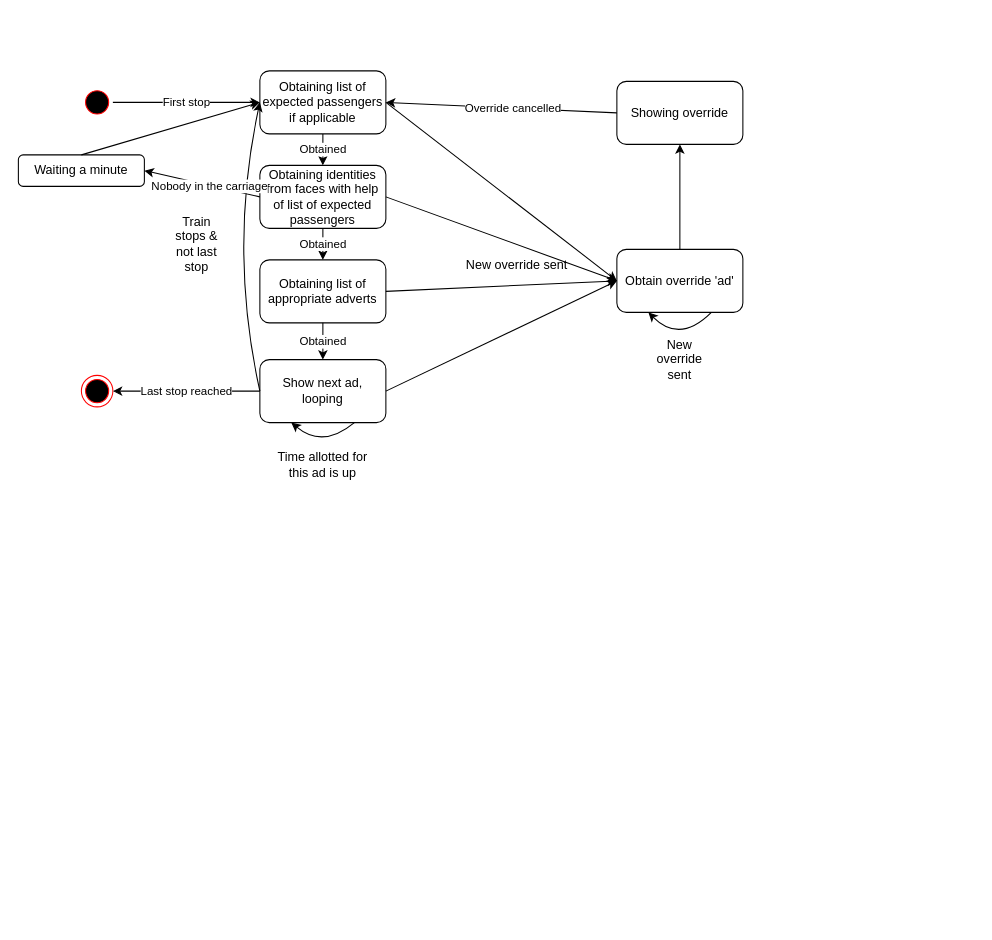
Above: Diagrama sin título.drawio in pseud0n/sepp-diagrams (draw.io), before the change. Source tidied: cells renumbered, new cells numbered last; positions are measured from the earlier drawing's top-left corner, leaving out a move shared by most shapes. Both pictures are drawn from the tidied source at 105%, with x=0, y=0 at pixel (18, 70).
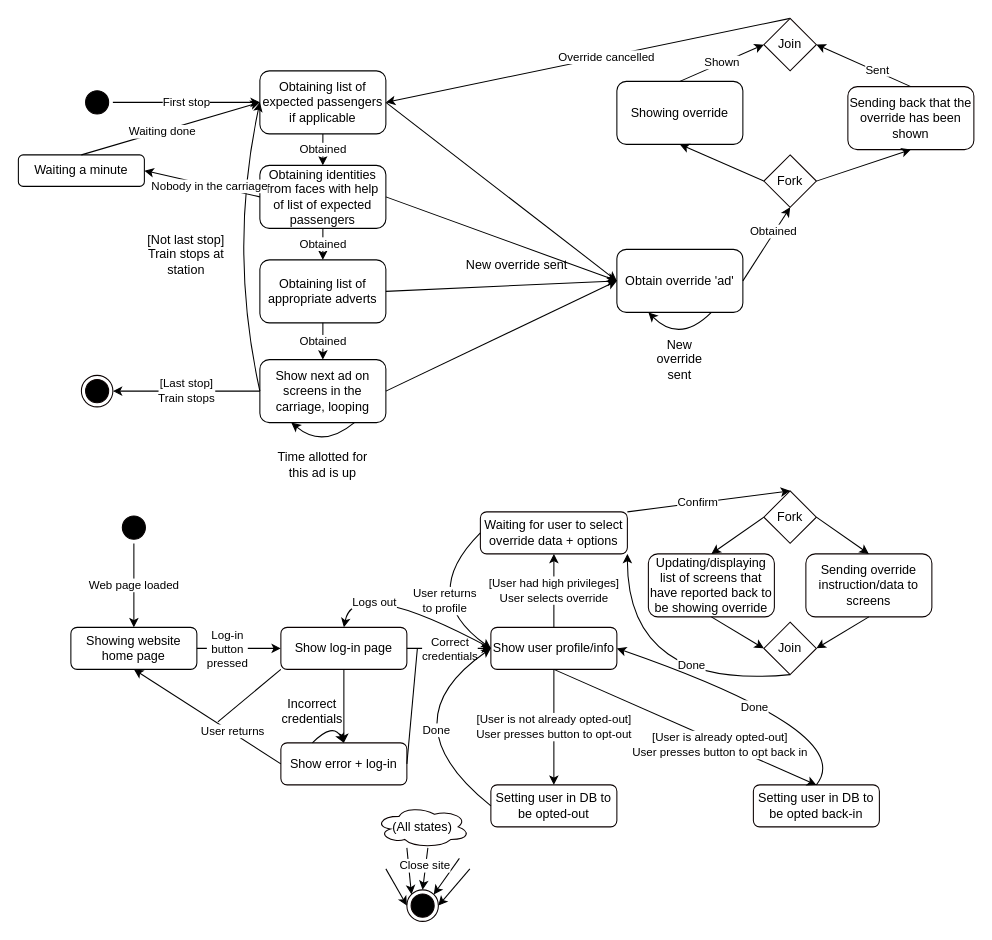
Above is the later version.

The change refers to these unchanged cells:
```xml
<mxCell id="4" value="&lt;div&gt;Obtaining list of expected passengers if applicable&lt;/div&gt;" style="rounded=1;whiteSpace=wrap;html=1;" parent="1" vertex="1">
  <mxGeometry x="230" width="120" height="60" as="geometry" />
</mxCell>
<mxCell id="10" value="Showing override" style="rounded=1;whiteSpace=wrap;html=1;" parent="1" vertex="1">
  <mxGeometry x="570" y="10" width="120" height="60" as="geometry" />
</mxCell>
<mxCell id="11" value="Obtain override 'ad'" style="rounded=1;whiteSpace=wrap;html=1;" parent="1" vertex="1">
  <mxGeometry x="570" y="170" width="120" height="60" as="geometry" />
</mxCell>
<mxCell id="32" style="endArrow=classic;html=1;curved=1;exitX=0.5;exitY=0;exitDx=0;exitDy=0;entryX=0;entryY=0.5;entryDx=0;entryDy=0;" parent="1" edge="1" source="29" target="4">
  <mxGeometry relative="1" as="geometry" />
</mxCell>
```

Change to the diagram source:
```diff
@@
-    <mxCell id="2" style="ellipse;html=1;shape=startState;fillColor=#000000;strokeColor=#ff0000;rounded=1;shadow=0;comic=0;labelBackgroundColor=none;fontFamily=Verdana;fontSize=12;fontColor=#000000;align=center;direction=south;" parent="1" vertex="1">
+    <mxCell id="2" style="ellipse;html=1;shape=startState;fillColor=#000000;strokeColor=#050000;rounded=1;shadow=0;comic=0;labelBackgroundColor=none;fontFamily=Verdana;fontSize=12;fontColor=#000000;align=center;direction=south;" parent="1" vertex="1">
       <mxGeometry x="60" y="15" width="30" height="30" as="geometry" />
     </mxCell>
-    <mxCell id="3" style="ellipse;html=1;shape=endState;fillColor=#000000;strokeColor=#ff0000;rounded=1;shadow=0;comic=0;labelBackgroundColor=none;fontFamily=Verdana;fontSize=12;fontColor=#000000;align=center;" parent="1" vertex="1">
+    <mxCell id="3" style="ellipse;html=1;shape=endState;fillColor=#000000;strokeColor=#0A0000;rounded=1;shadow=0;comic=0;labelBackgroundColor=none;fontFamily=Verdana;fontSize=12;fontColor=#000000;align=center;" parent="1" vertex="1">
       <mxGeometry x="60" y="290" width="30" height="30" as="geometry" />
     </mxCell>
@@
-    <mxCell id="9" value="Show next ad, looping" style="rounded=1;whiteSpace=wrap;html=1;" parent="1" vertex="1">
+    <mxCell id="9" value="Show next ad on screens in the carriage, looping" style="rounded=1;whiteSpace=wrap;html=1;" parent="1" vertex="1">
       <mxGeometry x="230" y="275" width="120" height="60" as="geometry" />
     </mxCell>
@@
-    <mxCell id="15" value="Train stops &amp;amp; not last stop" style="text;html=1;strokeColor=none;fillColor=none;align=center;verticalAlign=middle;whiteSpace=wrap;rounded=0;" parent="1" vertex="1">
-      <mxGeometry x="140" y="150" width="60" height="30" as="geometry" />
+    <mxCell id="15" value="[Not last stop] Train stops at station" style="text;html=1;strokeColor=none;fillColor=none;align=center;verticalAlign=middle;whiteSpace=wrap;rounded=0;" parent="1" vertex="1">
+      <mxGeometry x="120" y="150" width="80" height="50" as="geometry" />
     </mxCell>
@@
-    <mxCell id="21" style="endArrow=classic;html=1;curved=1;exitX=0.5;exitY=0;exitDx=0;exitDy=0;entryX=0.5;entryY=1;entryDx=0;entryDy=0;" parent="1" edge="1" source="11" target="10">
-      <mxGeometry relative="1" as="geometry" />
-    </mxCell>
@@
-    <mxCell id="25" style="endArrow=classic;html=1;curved=1;exitX=0;exitY=0.5;exitDx=0;exitDy=0;entryX=1;entryY=0.5;entryDx=0;entryDy=0;" parent="1" edge="1" source="10" target="4">
+    <mxCell id="25" style="endArrow=classic;html=1;curved=1;exitX=0.5;exitY=0;exitDx=0;exitDy=0;entryX=1;entryY=0.5;entryDx=0;entryDy=0;" parent="1" edge="1" source="90" target="4">
       <mxGeometry relative="1" as="geometry" />
     </mxCell>
@@
-    <mxCell id="28" value="Last stop reached" style="endArrow=classic;html=1;curved=1;entryX=1;entryY=0.5;entryDx=0;entryDy=0;exitX=0;exitY=0.5;exitDx=0;exitDy=0;" parent="1" edge="1" source="9" target="3">
+    <mxCell id="28" value="&lt;div&gt;[Last stop]&lt;/div&gt;&lt;div&gt;Train stops&lt;/div&gt;" style="endArrow=classic;html=1;curved=1;entryX=1;entryY=0.5;entryDx=0;entryDy=0;exitX=0;exitY=0.5;exitDx=0;exitDy=0;" parent="1" edge="1" source="9" target="3">
       <mxGeometry relative="1" as="geometry" />
     </mxCell>
@@
+    <mxCell id="33" value="Waiting done" style="edgeLabel;html=1;align=center;verticalAlign=middle;" parent="32" vertex="1">
+      <mxGeometry x="-0.1" relative="1" as="geometry" />
+    </mxCell>
+    <mxCell id="34" value="Showing website home page" style="rounded=1;whiteSpace=wrap;html=1;" parent="1" vertex="1">
+      <mxGeometry x="50" y="530" width="120" height="40" as="geometry" />
+    </mxCell>
+    <mxCell id="35" style="ellipse;html=1;shape=startState;fillColor=#000000;strokeColor=#050000;rounded=1;shadow=0;comic=0;labelBackgroundColor=none;fontFamily=Verdana;fontSize=12;fontColor=#000000;align=center;direction=south;" parent="1" vertex="1">
+      <mxGeometry x="95" y="420" width="30" height="30" as="geometry" />
+    </mxCell>
+    <mxCell id="36" value="Web page loaded" style="endArrow=classic;html=1;curved=1;exitX=1;exitY=0.5;exitDx=0;exitDy=0;entryX=0.5;entryY=0;entryDx=0;entryDy=0;" parent="1" edge="1" source="35" target="34">
+      <mxGeometry relative="1" as="geometry" />
+    </mxCell>
+    <mxCell id="37" style="endArrow=classic;html=1;curved=1;exitX=1;exitY=0.5;exitDx=0;exitDy=0;entryX=0;entryY=0.5;entryDx=0;entryDy=0;" parent="1" edge="1" source="34" target="40">
+      <mxGeometry relative="1" as="geometry" />
+    </mxCell>
+    <mxCell id="38" value="&lt;div&gt;Log-in&lt;/div&gt;&lt;div&gt;button&lt;/div&gt;&lt;div&gt;pressed&lt;br&gt;&lt;/div&gt;" style="edgeLabel;html=1;align=center;verticalAlign=middle;" parent="37" vertex="1">
+      <mxGeometry x="0.43" y="1" relative="1" as="geometry">
+        <mxPoint x="-29" y="1" as="offset" />
+      </mxGeometry>
+    </mxCell>
+    <mxCell id="39" value="Show user profile/info" style="rounded=1;whiteSpace=wrap;html=1;strokeColor=#0A0000;" parent="1" vertex="1">
+      <mxGeometry x="450" y="530" width="120" height="40" as="geometry" />
+    </mxCell>
+    <mxCell id="40" value="Show log-in page" style="rounded=1;whiteSpace=wrap;html=1;strokeColor=#0A0000;" parent="1" vertex="1">
+      <mxGeometry x="250" y="530" width="120" height="40" as="geometry" />
+    </mxCell>
+    <mxCell id="41" value="Show error + log-in" style="rounded=1;whiteSpace=wrap;html=1;strokeColor=#0A0000;" parent="1" vertex="1">
+      <mxGeometry x="250" y="640" width="120" height="40" as="geometry" />
+    </mxCell>
+    <mxCell id="42" style="endArrow=classic;html=1;curved=1;exitX=1;exitY=0.5;exitDx=0;exitDy=0;entryX=0;entryY=0.5;entryDx=0;entryDy=0;" parent="1" edge="1" source="40" target="39">
+      <mxGeometry relative="1" as="geometry" />
+    </mxCell>
+    <mxCell id="43" value="&lt;div&gt;Correct&lt;br&gt;&lt;/div&gt;&lt;div&gt;credentials&lt;/div&gt;" style="edgeLabel;html=1;align=center;verticalAlign=middle;" parent="42" vertex="1">
+      <mxGeometry x="-0.36" y="-1" relative="1" as="geometry">
+        <mxPoint x="14" y="-1" as="offset" />
+      </mxGeometry>
+    </mxCell>
+    <mxCell id="44" style="endArrow=classic;html=1;curved=1;exitX=0.5;exitY=1;exitDx=0;exitDy=0;entryX=0.5;entryY=0;entryDx=0;entryDy=0;" parent="1" edge="1" source="40" target="41">
+      <mxGeometry relative="1" as="geometry" />
+    </mxCell>
+    <mxCell id="45" style="endArrow=none;html=1;curved=1;exitX=1;exitY=0.5;exitDx=0;exitDy=0;" parent="1" edge="1" source="41">
+      <mxGeometry relative="1" as="geometry">
+        <mxPoint x="380" y="550" as="targetPoint" />
+      </mxGeometry>
+    </mxCell>
+    <mxCell id="46" style="endArrow=classic;html=1;curved=1;exitX=0.25;exitY=0;exitDx=0;exitDy=0;entryX=0.5;entryY=0;entryDx=0;entryDy=0;" parent="1" edge="1" source="41" target="41">
+      <mxGeometry relative="1" as="geometry">
+        <Array as="points">
+          <mxPoint x="300" y="620" />
+        </Array>
+      </mxGeometry>
+    </mxCell>
+    <mxCell id="47" value="&lt;div&gt;Incorrect&lt;/div&gt;&lt;div&gt;credentials&lt;br&gt;&lt;/div&gt;" style="text;html=1;strokeColor=none;fillColor=none;align=center;verticalAlign=middle;whiteSpace=wrap;rounded=0;" parent="1" vertex="1">
+      <mxGeometry x="250" y="590" width="60" height="40" as="geometry" />
+    </mxCell>
+    <mxCell id="48" style="endArrow=classic;html=1;curved=1;entryX=0.5;entryY=1;entryDx=0;entryDy=0;exitX=0;exitY=0.5;exitDx=0;exitDy=0;" parent="1" edge="1" source="41" target="34">
+      <mxGeometry relative="1" as="geometry" />
+    </mxCell>
+    <mxCell id="49" value="User returns" style="edgeLabel;html=1;align=center;verticalAlign=middle;" parent="48" vertex="1">
+      <mxGeometry x="-0.33" y="-1" relative="1" as="geometry" />
+    </mxCell>
+    <mxCell id="50" style="endArrow=none;html=1;curved=1;exitX=0;exitY=1;exitDx=0;exitDy=0;" parent="1" edge="1" source="40">
+      <mxGeometry relative="1" as="geometry">
+        <mxPoint x="190" y="620" as="targetPoint" />
+      </mxGeometry>
+    </mxCell>
+    <mxCell id="51" value="Setting user in DB to be opted-out" style="rounded=1;whiteSpace=wrap;html=1;strokeColor=#0A0000;" parent="1" vertex="1">
+      <mxGeometry x="450" y="680" width="120" height="40" as="geometry" />
+    </mxCell>
+    <mxCell id="52" value="Setting user in DB to be opted back-in" style="rounded=1;whiteSpace=wrap;html=1;strokeColor=#0A0000;" parent="1" vertex="1">
+      <mxGeometry x="700" y="680" width="120" height="40" as="geometry" />
+    </mxCell>
+    <mxCell id="53" value="&lt;div&gt;[User is not already opted-out]&lt;/div&gt;&lt;div&gt;User presses button to opt-out&lt;br&gt;&lt;/div&gt;" style="endArrow=classic;html=1;curved=1;exitX=0.5;exitY=1;exitDx=0;exitDy=0;entryX=0.5;entryY=0;entryDx=0;entryDy=0;" parent="1" edge="1" source="39" target="51">
+      <mxGeometry relative="1" as="geometry" />
+    </mxCell>
+    <mxCell id="54" style="endArrow=classic;html=1;curved=1;exitX=0.5;exitY=1;exitDx=0;exitDy=0;entryX=0.5;entryY=0;entryDx=0;entryDy=0;" parent="1" edge="1" source="39" target="52">
+      <mxGeometry relative="1" as="geometry" />
+    </mxCell>
+    <mxCell id="55" value="&lt;div&gt;[User is already opted-out]&lt;/div&gt;&lt;div&gt;User presses button to opt back in&lt;br&gt;&lt;/div&gt;" style="edgeLabel;html=1;align=center;verticalAlign=middle;" parent="54" vertex="1">
+      <mxGeometry x="0.27" y="-2" relative="1" as="geometry" />
+    </mxCell>
+    <mxCell id="56" value="Waiting for user to select override data + options" style="rounded=1;whiteSpace=wrap;html=1;strokeColor=#0A0000;" parent="1" vertex="1">
+      <mxGeometry x="440" y="420" width="140" height="40" as="geometry" />
+    </mxCell>
+    <mxCell id="57" value="&lt;div&gt;[User had high privileges]&lt;/div&gt;&lt;div&gt;User selects override&lt;br&gt;&lt;/div&gt;" style="endArrow=classic;html=1;curved=1;exitX=0.5;exitY=0;exitDx=0;exitDy=0;entryX=0.5;entryY=1;entryDx=0;entryDy=0;" parent="1" edge="1" source="39" target="56">
+      <mxGeometry relative="1" as="geometry" />
+    </mxCell>
+    <mxCell id="58" value="Updating/displaying list of screens that have reported back to be showing override" style="rounded=1;whiteSpace=wrap;html=1;strokeColor=#0A0000;" parent="1" vertex="1">
+      <mxGeometry x="600" y="460" width="120" height="60" as="geometry" />
+    </mxCell>
+    <mxCell id="59" value="Sending override instruction/data to screens" style="rounded=1;whiteSpace=wrap;html=1;strokeColor=#0A0000;" parent="1" vertex="1">
+      <mxGeometry x="750" y="460" width="120" height="60" as="geometry" />
+    </mxCell>
+    <mxCell id="60" value="Fork" style="rhombus;whiteSpace=wrap;html=1;strokeColor=#0A0000;" parent="1" vertex="1">
+      <mxGeometry x="710" y="400" width="50" height="50" as="geometry" />
+    </mxCell>
+    <mxCell id="61" value="Join" style="rhombus;whiteSpace=wrap;html=1;strokeColor=#0A0000;" parent="1" vertex="1">
+      <mxGeometry x="710" y="525" width="50" height="50" as="geometry" />
+    </mxCell>
+    <mxCell id="62" style="endArrow=classic;html=1;curved=1;exitX=0.5;exitY=1;exitDx=0;exitDy=0;entryX=0;entryY=0.5;entryDx=0;entryDy=0;" parent="1" edge="1" source="58" target="61">
+      <mxGeometry relative="1" as="geometry" />
+    </mxCell>
+    <mxCell id="63" style="endArrow=classic;html=1;curved=1;exitX=0.5;exitY=1;exitDx=0;exitDy=0;entryX=1;entryY=0.5;entryDx=0;entryDy=0;" parent="1" edge="1" source="59" target="61">
+      <mxGeometry relative="1" as="geometry" />
+    </mxCell>
+    <mxCell id="64" style="endArrow=classic;html=1;curved=1;exitX=0;exitY=0.5;exitDx=0;exitDy=0;entryX=0.5;entryY=0;entryDx=0;entryDy=0;" parent="1" edge="1" source="60" target="58">
+      <mxGeometry relative="1" as="geometry" />
+    </mxCell>
+    <mxCell id="65" style="endArrow=classic;html=1;curved=1;entryX=0.5;entryY=0;entryDx=0;entryDy=0;exitX=1;exitY=0.5;exitDx=0;exitDy=0;" parent="1" edge="1" source="60" target="59">
+      <mxGeometry relative="1" as="geometry" />
+    </mxCell>
+    <mxCell id="66" style="endArrow=classic;html=1;curved=1;exitX=1;exitY=0;exitDx=0;exitDy=0;entryX=0.5;entryY=0;entryDx=0;entryDy=0;" parent="1" edge="1" source="56" target="60">
+      <mxGeometry relative="1" as="geometry" />
+    </mxCell>
+    <mxCell id="67" value="Confirm" style="edgeLabel;html=1;align=center;verticalAlign=middle;" parent="66" vertex="1">
+      <mxGeometry x="-0.14" y="1" relative="1" as="geometry" />
+    </mxCell>
+    <mxCell id="68" style="endArrow=classic;html=1;curved=1;entryX=1;entryY=1;entryDx=0;entryDy=0;exitX=0.5;exitY=1;exitDx=0;exitDy=0;" parent="1" edge="1" source="61" target="56">
+      <mxGeometry relative="1" as="geometry">
+        <Array as="points">
+          <mxPoint x="580" y="590" />
+        </Array>
+      </mxGeometry>
+    </mxCell>
+    <mxCell id="69" value="Done" style="edgeLabel;html=1;align=center;verticalAlign=middle;" parent="68" vertex="1">
+      <mxGeometry x="-0.35" y="-19" relative="1" as="geometry" />
+    </mxCell>
+    <mxCell id="70" style="endArrow=classic;html=1;curved=1;exitX=0;exitY=0.5;exitDx=0;exitDy=0;entryX=0;entryY=0.5;entryDx=0;entryDy=0;" parent="1" edge="1" source="56" target="39">
+      <mxGeometry relative="1" as="geometry">
+        <Array as="points">
+          <mxPoint x="380" y="500" />
+        </Array>
+      </mxGeometry>
+    </mxCell>
+    <mxCell id="71" value="&lt;div&gt;User returns&lt;/div&gt;&lt;div&gt;to profile&lt;/div&gt;" style="edgeLabel;html=1;align=center;verticalAlign=middle;" parent="70" vertex="1">
+      <mxGeometry x="0.26" y="11" relative="1" as="geometry" />
+    </mxCell>
+    <mxCell id="72" style="ellipse;html=1;shape=endState;fillColor=#000000;strokeColor=#0A0000;rounded=1;shadow=0;comic=0;labelBackgroundColor=none;fontFamily=Verdana;fontSize=12;fontColor=#000000;align=center;" parent="1" vertex="1">
+      <mxGeometry x="370" y="780" width="30" height="30" as="geometry" />
+    </mxCell>
+    <mxCell id="73" style="endArrow=classic;html=1;curved=1;entryX=1;entryY=0.5;entryDx=0;entryDy=0;" parent="1" edge="1" target="72">
+      <mxGeometry relative="1" as="geometry">
+        <mxPoint x="430" y="760" as="sourcePoint" />
+      </mxGeometry>
+    </mxCell>
+    <mxCell id="74" style="endArrow=classic;html=1;curved=1;entryX=0;entryY=0;entryDx=0;entryDy=0;" parent="1" edge="1" target="72">
+      <mxGeometry relative="1" as="geometry">
+        <mxPoint x="370" y="740" as="sourcePoint" />
+      </mxGeometry>
+    </mxCell>
+    <mxCell id="75" style="endArrow=classic;html=1;curved=1;entryX=1;entryY=0;entryDx=0;entryDy=0;" parent="1" edge="1" target="72">
+      <mxGeometry relative="1" as="geometry">
+        <mxPoint x="420" y="750" as="sourcePoint" />
+      </mxGeometry>
+    </mxCell>
+    <mxCell id="76" style="endArrow=classic;html=1;curved=1;entryX=0;entryY=0.5;entryDx=0;entryDy=0;" parent="1" edge="1" target="72">
+      <mxGeometry relative="1" as="geometry">
+        <mxPoint x="350" y="760" as="sourcePoint" />
+      </mxGeometry>
+    </mxCell>
+    <mxCell id="77" value="(All states)" style="ellipse;shape=cloud;whiteSpace=wrap;html=1;strokeColor=#0A0000;" parent="1" vertex="1">
+      <mxGeometry x="340" y="700" width="90" height="40" as="geometry" />
+    </mxCell>
+    <mxCell id="78" style="endArrow=classic;html=1;curved=1;entryX=0.5;entryY=0;entryDx=0;entryDy=0;" parent="1" edge="1" target="72">
+      <mxGeometry relative="1" as="geometry">
+        <mxPoint x="390" y="740" as="sourcePoint" />
+      </mxGeometry>
+    </mxCell>
+    <mxCell id="79" value="Close site" style="edgeLabel;html=1;align=center;verticalAlign=middle;" parent="78" vertex="1">
+      <mxGeometry x="-0.18" y="-1" relative="1" as="geometry" />
+    </mxCell>
+    <mxCell id="80" style="endArrow=classic;html=1;curved=1;exitX=0;exitY=0.5;exitDx=0;exitDy=0;entryX=0.5;entryY=0;entryDx=0;entryDy=0;" parent="1" edge="1" source="39" target="40">
+      <mxGeometry relative="1" as="geometry">
+        <Array as="points">
+          <mxPoint x="320" y="480" />
+        </Array>
+      </mxGeometry>
+    </mxCell>
+    <mxCell id="81" value="Logs out" style="edgeLabel;html=1;align=center;verticalAlign=middle;" parent="80" vertex="1">
+      <mxGeometry x="0.2" y="14" relative="1" as="geometry" />
+    </mxCell>
+    <mxCell id="82" style="endArrow=classic;html=1;curved=1;exitX=0;exitY=0.5;exitDx=0;exitDy=0;entryX=0;entryY=0.5;entryDx=0;entryDy=0;" parent="1" edge="1" source="51" target="39">
+      <mxGeometry relative="1" as="geometry">
+        <Array as="points">
+          <mxPoint x="350" y="620" />
+        </Array>
+      </mxGeometry>
+    </mxCell>
+    <mxCell id="83" value="Done" style="edgeLabel;html=1;align=center;verticalAlign=middle;" parent="82" vertex="1">
+      <mxGeometry x="-0.31" y="-24" relative="1" as="geometry" />
+    </mxCell>
+    <mxCell id="84" style="endArrow=classic;html=1;curved=1;entryX=1;entryY=0.5;entryDx=0;entryDy=0;" parent="1" edge="1" target="39">
+      <mxGeometry relative="1" as="geometry">
+        <mxPoint x="760" y="680" as="sourcePoint" />
+        <Array as="points">
+          <mxPoint x="800" y="630" />
+        </Array>
+      </mxGeometry>
+    </mxCell>
+    <mxCell id="85" value="Done" style="edgeLabel;html=1;align=center;verticalAlign=middle;" parent="84" vertex="1">
+      <mxGeometry x="0.08" y="9" relative="1" as="geometry" />
+    </mxCell>
+    <mxCell id="86" value="Sending back that the override has been shown" style="rounded=1;whiteSpace=wrap;html=1;strokeColor=#0A0000;" parent="1" vertex="1">
+      <mxGeometry x="790" y="15" width="120" height="60" as="geometry" />
+    </mxCell>
+    <mxCell id="87" value="Fork" style="rhombus;whiteSpace=wrap;html=1;strokeColor=#0A0000;" parent="1" vertex="1">
+      <mxGeometry x="710" y="80" width="50" height="50" as="geometry" />
+    </mxCell>
+    <mxCell id="88" style="endArrow=classic;html=1;curved=1;exitX=1;exitY=0.5;exitDx=0;exitDy=0;entryX=0.5;entryY=1;entryDx=0;entryDy=0;" parent="1" edge="1" source="11" target="87">
+      <mxGeometry relative="1" as="geometry" />
+    </mxCell>
+    <mxCell id="89" value="Obtained" style="edgeLabel;html=1;align=center;verticalAlign=middle;" parent="88" vertex="1">
+      <mxGeometry x="0.31" y="2" relative="1" as="geometry" />
+    </mxCell>
+    <mxCell id="90" value="Join" style="rhombus;whiteSpace=wrap;html=1;strokeColor=#0A0000;" parent="1" vertex="1">
+      <mxGeometry x="710" y="-50" width="50" height="50" as="geometry" />
+    </mxCell>
+    <mxCell id="91" style="endArrow=classic;html=1;curved=1;exitX=0;exitY=0.5;exitDx=0;exitDy=0;entryX=0.5;entryY=1;entryDx=0;entryDy=0;" parent="1" edge="1" source="87" target="10">
+      <mxGeometry relative="1" as="geometry" />
+    </mxCell>
+    <mxCell id="92" style="endArrow=classic;html=1;curved=1;exitX=1;exitY=0.5;exitDx=0;exitDy=0;entryX=0.5;entryY=1;entryDx=0;entryDy=0;" parent="1" edge="1" source="87" target="86">
+      <mxGeometry relative="1" as="geometry" />
+    </mxCell>
+    <mxCell id="93" value="Shown" style="endArrow=classic;html=1;curved=1;exitX=0.5;exitY=0;exitDx=0;exitDy=0;entryX=0;entryY=0.5;entryDx=0;entryDy=0;" parent="1" edge="1" source="10" target="90">
+      <mxGeometry relative="1" as="geometry" />
+    </mxCell>
+    <mxCell id="94" style="endArrow=classic;html=1;curved=1;exitX=0.5;exitY=0;exitDx=0;exitDy=0;entryX=1;entryY=0.5;entryDx=0;entryDy=0;" parent="1" edge="1" source="86" target="90">
+      <mxGeometry relative="1" as="geometry" />
+    </mxCell>
+    <mxCell id="95" value="Sent" style="edgeLabel;html=1;align=center;verticalAlign=middle;" parent="94" vertex="1">
+      <mxGeometry x="-0.25" y="-2" relative="1" as="geometry" />
+    </mxCell>
```
